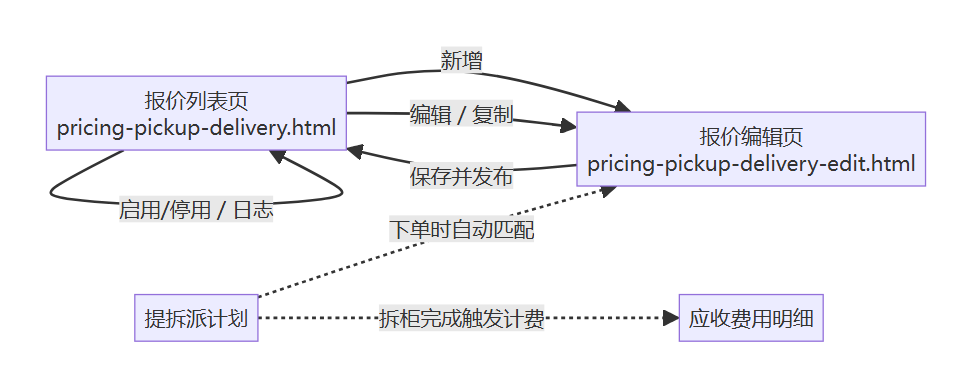
Earlier version of the Mermaid export admin/docs/images/提拆派报价/06-页面流转图.png (Junia-Pan/MEEKOO). Its source is kept beside it as admin/docs/diagrams/提拆派报价/06-页面流转图.mmd.
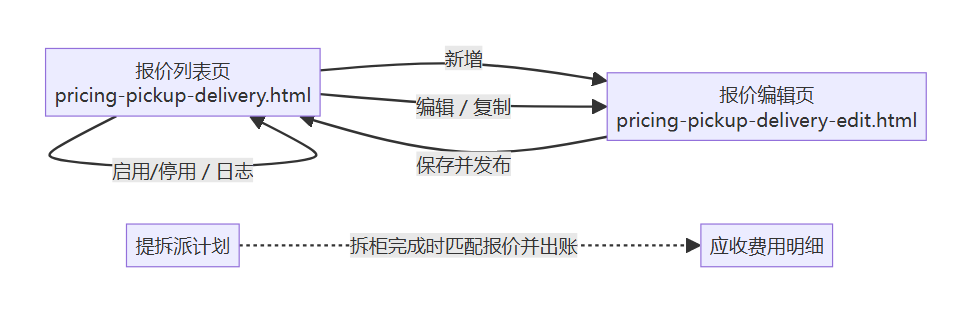
Later version of the same file.

Change to the diagram source:
```diff
@@ -3,5 +3,4 @@
     L -->|编辑 / 复制| E
     L -->|启用/停用 / 日志| L
     E -->|保存并发布| L
-    P[提拆派计划] -.->|下单时自动匹配| E
-    P -.->|拆柜完成触发计费| F[应收费用明细]
+    P[提拆派计划] -.->|拆柜完成时匹配报价并出账| F[应收费用明细]
```
